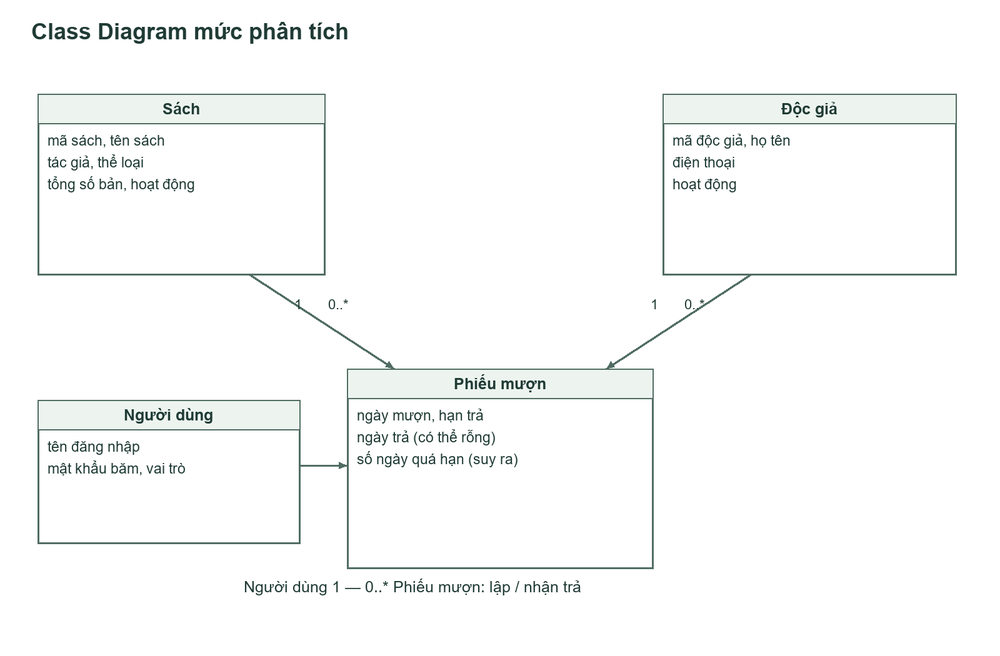
The PlantUML diagram docs/uml/02_analysis_class.png in khoiln218/ThuVienMini, before a commit. Its source is kept beside it as docs/uml/02_analysis_class.puml. Source of this version:
```plantuml
@startuml
skinparam defaultFontName Arial
skinparam shadowing false
class Sach {
 maSach
 tenSach
 tacGia
 theLoai
 tongSoBan
 hoatDong
}
class DocGia {
 maDocGia
 hoTen
 dienThoai
 hoatDong
}
class PhieuMuon {
 ngayMuon
 hanTra
 ngayTra
 /soNgayQuaHan
}
class NguoiDung {
 tenDangNhap
 matKhauBam
 vaiTro
}
Sach "1" -- "0..*" PhieuMuon
DocGia "1" -- "0..*" PhieuMuon
NguoiDung "1" -- "0..*" PhieuMuon : lập
NguoiDung "0..1" -- "0..*" PhieuMuon : nhận trả
@enduml
```
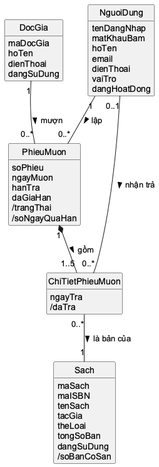
The same diagram one commit later.

The edit, as a diff of the source:
```diff
@@ -1,33 +1,48 @@
 @startuml
 skinparam defaultFontName Arial
 skinparam shadowing false
+hide circle
+hide methods
 class Sach {
  maSach
+ maISBN
  tenSach
  tacGia
  theLoai
  tongSoBan
- hoatDong
+ dangSuDung
+ /soBanCoSan
 }
 class DocGia {
  maDocGia
  hoTen
  dienThoai
- hoatDong
+ dangSuDung
 }
 class PhieuMuon {
+ soPhieu
  ngayMuon
  hanTra
+ daGiaHan
+ /trangThai
+ /soNgayQuaHan
+}
+class ChiTietPhieuMuon {
  ngayTra
- /soNgayQuaHan
+ /daTra
 }
 class NguoiDung {
  tenDangNhap
  matKhauBam
+ hoTen
+ email
+ dienThoai
  vaiTro
+ dangHoatDong
 }
-Sach "1" -- "0..*" PhieuMuon
-DocGia "1" -- "0..*" PhieuMuon
-NguoiDung "1" -- "0..*" PhieuMuon : lập
-NguoiDung "0..1" -- "0..*" PhieuMuon : nhận trả
+DocGia "1" -- "0..*" PhieuMuon : mượn >
+PhieuMuon "1" *-- "1..5" ChiTietPhieuMuon : gồm >
+ChiTietPhieuMuon "0..*" -- "1" Sach : là bản của >
+NguoiDung "1" -- "0..*" PhieuMuon : lập >
+NguoiDung "0..1" -- "0..*" ChiTietPhieuMuon : nhận trả >
 @enduml
```
